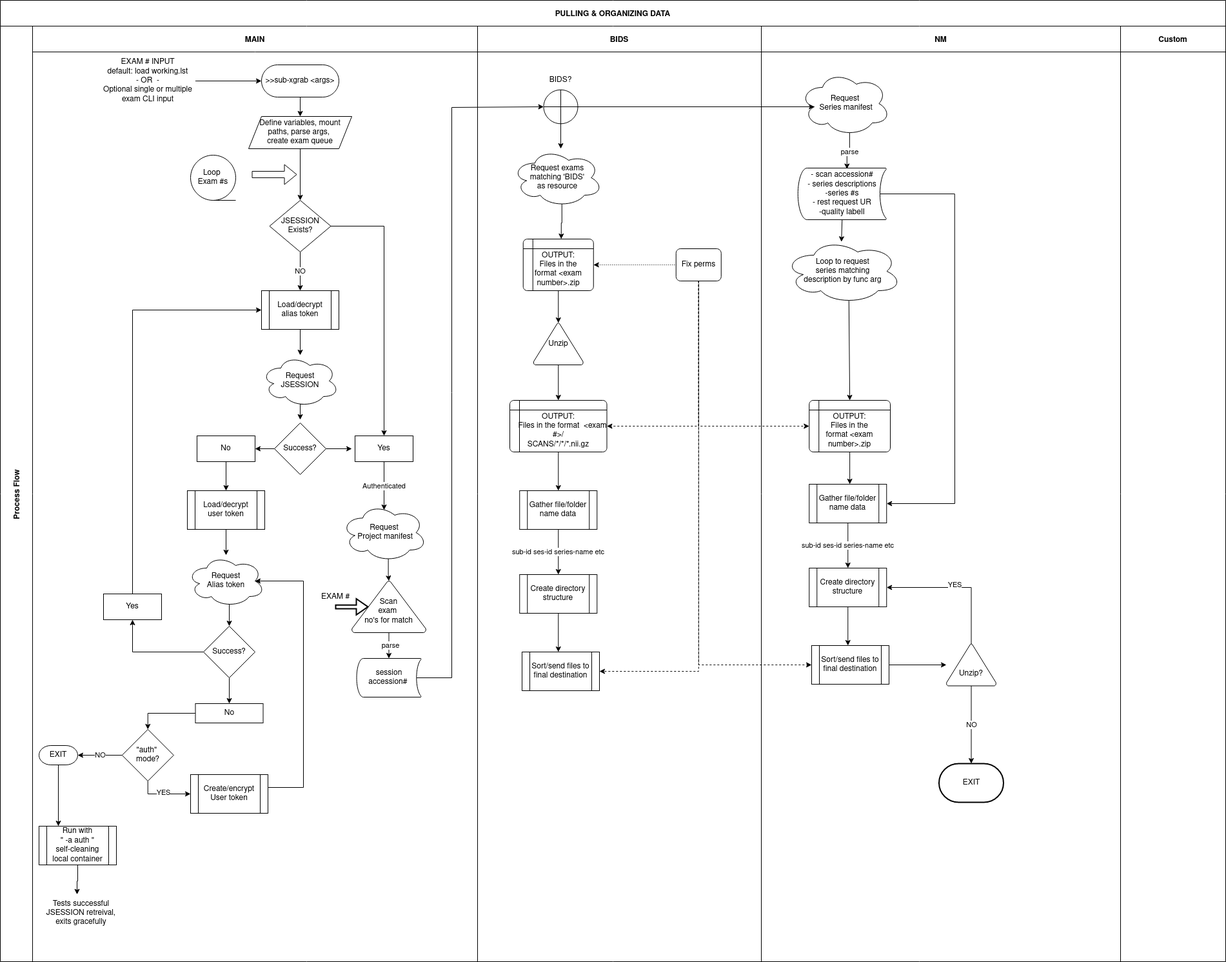
jackgray/xnat2bids keeps this draw.io diagram as process_flow_diagram.drawio.png. Above is the earlier version. Source tidied: cells renumbered, new cells last; positions are measured from the earlier drawing's top-left corner, leaving out a move shared by most shapes.
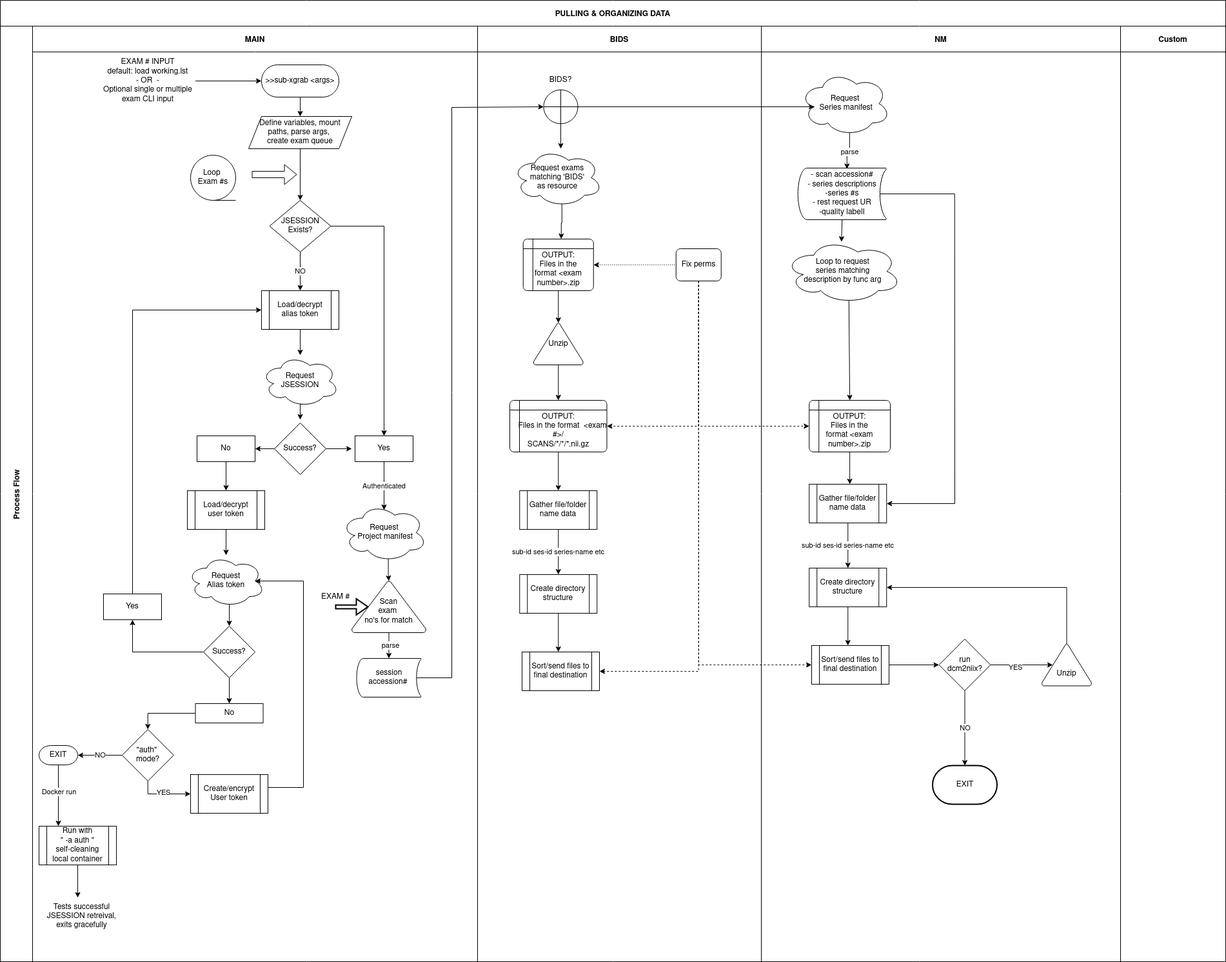
After the commit.

Diff of the diagram source:
```diff
@@ -171,6 +171,9 @@
     <mxCell id="52" style="edgeStyle=orthogonalEdgeStyle;rounded=0;jettySize=auto;html=1;exitX=0.5;exitY=1;exitDx=0;exitDy=0;exitPerimeter=0;entryX=0.25;entryY=0;entryDx=0;entryDy=0;endArrow=classic;endFill=1;" parent="4" edge="1" source="53" target="55">
       <mxGeometry relative="1" as="geometry" />
     </mxCell>
+    <mxCell id="104" value="Docker run" style="edgeLabel;html=1;align=center;verticalAlign=middle;" parent="52" vertex="1">
+      <mxGeometry x="-0.14" relative="1" as="geometry" />
+    </mxCell>
     <mxCell id="53" value="EXIT" style="strokeWidth=1;html=1;shape=mxgraph.flowchart.terminator;whiteSpace=wrap;" parent="4" vertex="1">
       <mxGeometry x="10" y="1115" width="60" height="30" as="geometry" />
     </mxCell>
@@ -181,7 +184,7 @@
       <mxGeometry x="10" y="1240" width="120" height="60" as="geometry" />
     </mxCell>
     <mxCell id="56" value="Tests successful&lt;br&gt;&lt;div&gt;JSESSION&amp;nbsp;retreival,&lt;/div&gt;&lt;div&gt;exits gracefully&lt;/div&gt;" style="text;html=1;align=center;verticalAlign=middle;points=[];strokeColor=none;fillColor=none;" parent="4" vertex="1">
-      <mxGeometry x="15" y="1350" width="120" height="50" as="geometry" />
+      <mxGeometry x="16" y="1355" width="120" height="50" as="geometry" />
     </mxCell>
     <mxCell id="57" value="BIDS" style="swimlane;swimlaneHead=0;swimlaneBody=0;fillColor=none;startSize=40;fontStyle=1;" parent="3" vertex="1">
       <mxGeometry x="740" width="440" height="1450" as="geometry" />
@@ -237,7 +240,7 @@
     <mxCell id="72" style="edgeStyle=orthogonalEdgeStyle;rounded=0;jettySize=auto;html=1;exitX=0.5;exitY=1;exitDx=0;exitDy=0;entryX=1;entryY=0.5;entryDx=0;entryDy=0;dashed=1;" parent="57" edge="1" source="74" target="70">
       <mxGeometry relative="1" as="geometry" />
     </mxCell>
-    <mxCell id="73" style="edgeStyle=orthogonalEdgeStyle;rounded=0;jettySize=auto;html=1;exitX=0.5;exitY=0;exitDx=0;exitDy=0;entryX=1;entryY=0.5;entryDx=0;entryDy=0;dashed=1;" parent="57" edge="1" source="74" target="68">
+    <mxCell id="73" style="edgeStyle=orthogonalEdgeStyle;rounded=0;jettySize=auto;html=1;exitX=0.5;exitY=1;exitDx=0;exitDy=0;entryX=1;entryY=0.5;entryDx=0;entryDy=0;dashed=1;" parent="57" edge="1" source="74" target="68">
       <mxGeometry relative="1" as="geometry">
         <Array as="points">
           <mxPoint x="343" y="1000" />
@@ -313,27 +316,38 @@
     <mxCell id="91" value="sub-id ses-id series-name etc" style="edgeStyle=orthogonalEdgeStyle;rounded=0;jettySize=auto;html=1;exitX=0.5;exitY=1;exitDx=0;exitDy=0;entryX=0.5;entryY=0;entryDx=0;entryDy=0;endArrow=classic;endFill=1;" parent="78" edge="1" source="88" target="90">
       <mxGeometry relative="1" as="geometry" />
     </mxCell>
-    <mxCell id="92" style="edgeStyle=orthogonalEdgeStyle;rounded=0;jettySize=auto;html=1;exitX=1;exitY=0.5;exitDx=0;exitDy=0;" parent="78" edge="1" source="93" target="97">
-      <mxGeometry relative="1" as="geometry" />
-    </mxCell>
+    <mxCell id="105" style="edgeStyle=orthogonalEdgeStyle;rounded=0;jettySize=auto;html=1;exitX=1;exitY=0.5;exitDx=0;exitDy=0;entryX=0;entryY=0.5;entryDx=0;entryDy=0;" parent="78" edge="1" source="93" target="107">
+      <mxGeometry relative="1" as="geometry" />
+    </mxCell>
     <mxCell id="93" value="Sort/send files to final&amp;nbsp;destination" style="shape=process;whiteSpace=wrap;html=1;backgroundOutline=1;" parent="78" vertex="1">
       <mxGeometry x="78" y="960" width="120" height="60" as="geometry" />
     </mxCell>
     <mxCell id="94" style="edgeStyle=orthogonalEdgeStyle;rounded=0;jettySize=auto;html=1;exitX=0.5;exitY=0;exitDx=0;exitDy=0;exitPerimeter=0;entryX=1;entryY=0.5;entryDx=0;entryDy=0;" parent="78" edge="1" source="97" target="90">
       <mxGeometry relative="1" as="geometry" />
     </mxCell>
-    <mxCell id="95" value="YES" style="edgeLabel;html=1;align=center;verticalAlign=middle;" parent="94" vertex="1">
-      <mxGeometry x="0.04" y="-5" relative="1" as="geometry" />
-    </mxCell>
-    <mxCell id="96" value="NO" style="edgeStyle=orthogonalEdgeStyle;rounded=0;jettySize=auto;html=1;exitX=0.5;exitY=1;exitDx=0;exitDy=0;exitPerimeter=0;" parent="78" edge="1" source="97" target="98">
-      <mxGeometry relative="1" as="geometry" />
-    </mxCell>
-    <mxCell id="97" value="&lt;div&gt;&lt;br&gt;&lt;/div&gt;&lt;div&gt;&lt;br&gt;&lt;/div&gt;&lt;div&gt;Unzip?&lt;/div&gt;" style="strokeWidth=1;html=1;shape=mxgraph.flowchart.extract_or_measurement;whiteSpace=wrap;" parent="78" vertex="1">
-      <mxGeometry x="287" y="957.5" width="77" height="65" as="geometry" />
+    <mxCell id="97" value="&lt;div&gt;&lt;br&gt;&lt;/div&gt;&lt;div&gt;&lt;br&gt;&lt;/div&gt;&lt;div&gt;Unzip&lt;/div&gt;" style="strokeWidth=1;html=1;shape=mxgraph.flowchart.extract_or_measurement;whiteSpace=wrap;" parent="78" vertex="1">
+      <mxGeometry x="435" y="957.5" width="77" height="65" as="geometry" />
     </mxCell>
     <mxCell id="98" value="EXIT" style="strokeWidth=2;html=1;shape=mxgraph.flowchart.terminator;whiteSpace=wrap;" parent="78" vertex="1">
-      <mxGeometry x="275.5" y="1143" width="100" height="60" as="geometry" />
+      <mxGeometry x="265.5" y="1146" width="100" height="60" as="geometry" />
     </mxCell>
+    <mxCell id="96" value="NO" style="edgeStyle=orthogonalEdgeStyle;rounded=0;jettySize=auto;html=1;exitX=0.5;exitY=1;exitDx=0;exitDy=0;" parent="78" edge="1" source="107" target="98">
+      <mxGeometry relative="1" as="geometry" />
+    </mxCell>
+    <mxCell id="106" style="edgeStyle=orthogonalEdgeStyle;rounded=0;jettySize=auto;html=1;exitX=1;exitY=0.5;exitDx=0;exitDy=0;entryX=0.22;entryY=0.5;entryDx=0;entryDy=0;entryPerimeter=0;" parent="78" edge="1" source="107" target="97">
+      <mxGeometry relative="1" as="geometry">
+        <Array as="points">
+          <mxPoint x="394" y="990" />
+          <mxPoint x="394" y="990" />
+        </Array>
+      </mxGeometry>
+    </mxCell>
+    <mxCell id="95" value="YES" style="edgeLabel;html=1;align=center;verticalAlign=middle;" parent="106" vertex="1">
+      <mxGeometry x="-0.22" y="-3" relative="1" as="geometry" />
+    </mxCell>
+    <mxCell id="107" value="&lt;div&gt;run &lt;br&gt;&lt;/div&gt;&lt;div&gt;dcm2niix?&lt;/div&gt;" style="rhombus;whiteSpace=wrap;html=1;" parent="78" vertex="1">
+      <mxGeometry x="275.5" y="950" width="80" height="80" as="geometry" />
+    </mxCell>
     <mxCell id="99" value="Custom" style="swimlane;swimlaneHead=0;swimlaneBody=0;fillColor=none;startSize=40;fontStyle=1;" parent="3" vertex="1">
       <mxGeometry x="1737" width="163" height="1450" as="geometry" />
     </mxCell>
```
